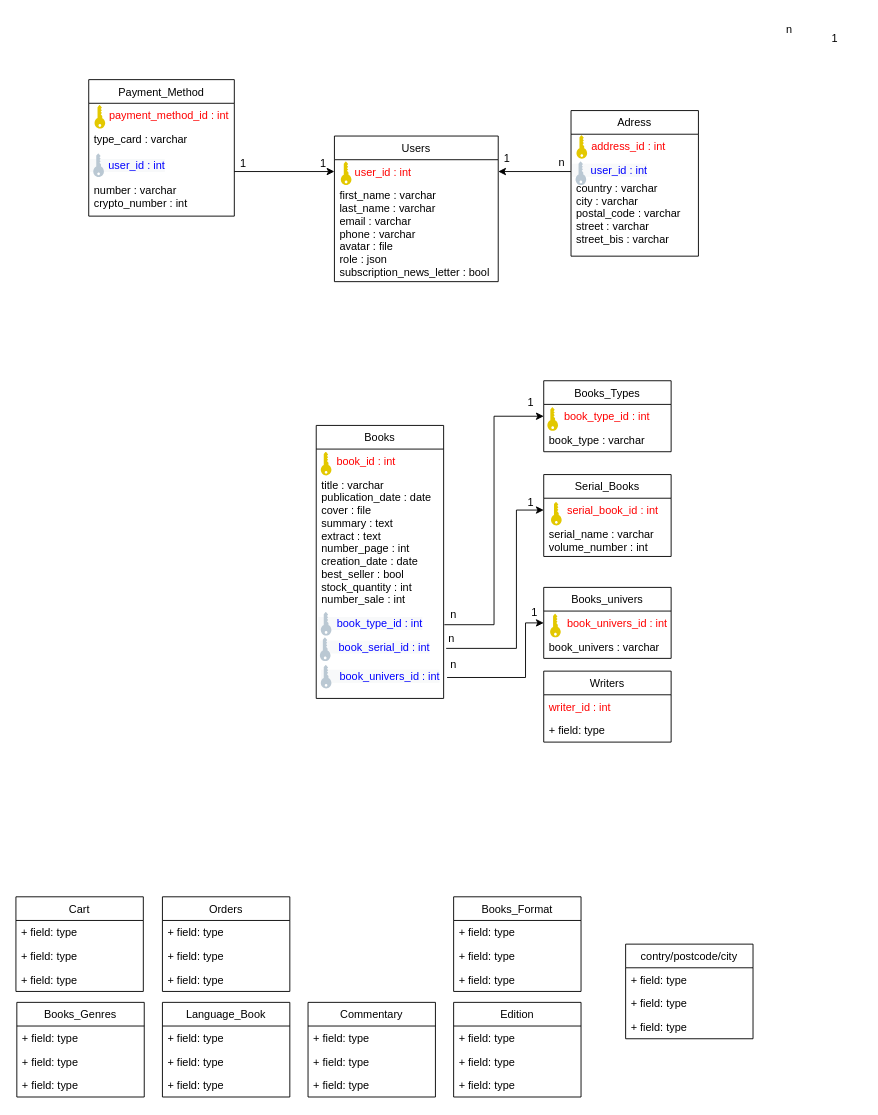
This is mld Diagram.drawio from Aurelie1416/books-key, a draw.io file, before an edit. Source tidied: cells renumbered, new cells numbered last; positions are measured from the earlier drawing's top-left corner, leaving out a move shared by most shapes. Both pictures are drawn from the tidied source at 91%, with x=0, y=0 at pixel (15, 15).
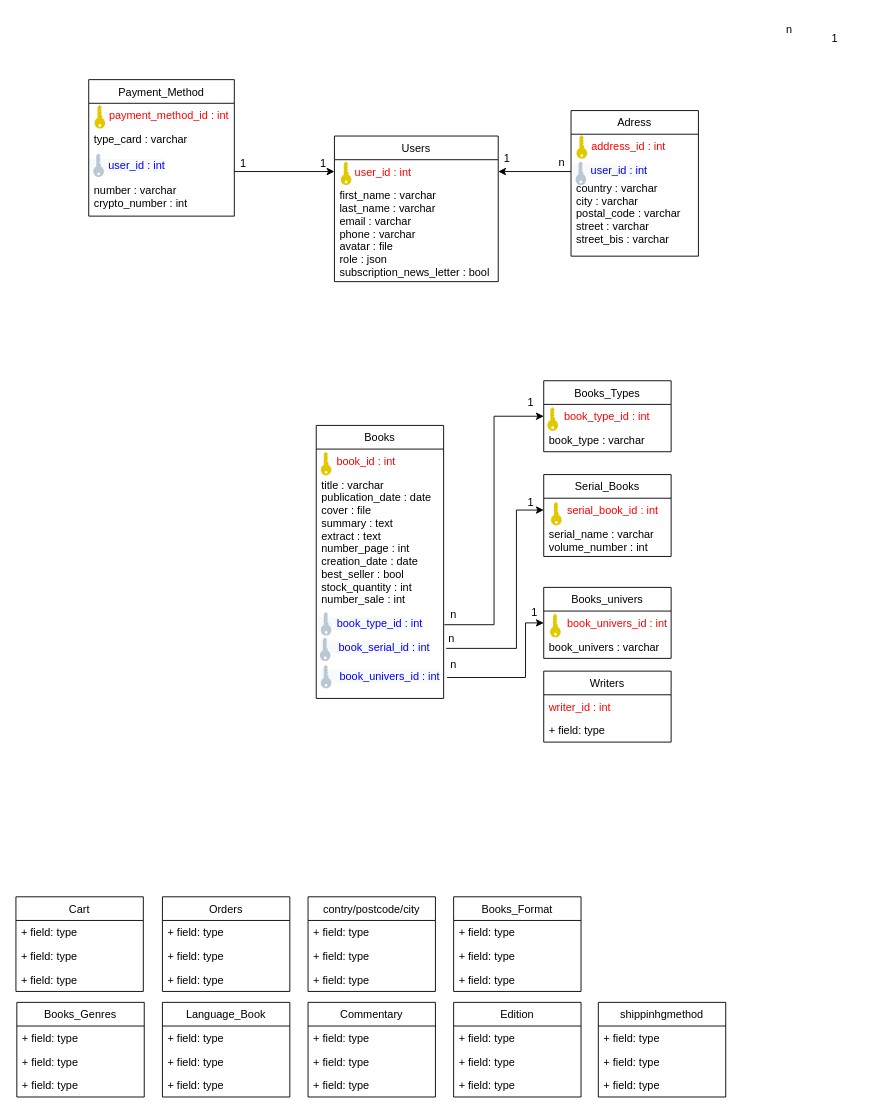
After the change.

Diff of the diagram source:
```diff
@@
     <mxCell id="88" value="contry/postcode/city" style="swimlane;fontStyle=0;horizontal=1;startSize=26;fillColor=none;" parent="1" vertex="1">
-      <mxGeometry x="670" y="1020" width="140" height="104" as="geometry" />
+      <mxGeometry x="321" y="968" width="140" height="104" as="geometry" />
     </mxCell>
@@
+    <mxCell id="92" value="shippinhgmethod" style="swimlane;fontStyle=0;horizontal=1;startSize=26;fillColor=none;" parent="1" vertex="1">
+      <mxGeometry x="640" y="1084" width="140" height="104" as="geometry" />
+    </mxCell>
+    <mxCell id="93" value="+ field: type" style="text;strokeColor=none;fillColor=none;align=left;verticalAlign=top;spacingLeft=4;spacingRight=4;overflow=hidden;" parent="92" vertex="1">
+      <mxGeometry y="26" width="140" height="26" as="geometry" />
+    </mxCell>
+    <mxCell id="94" value="+ field: type" style="text;strokeColor=none;fillColor=none;align=left;verticalAlign=top;spacingLeft=4;spacingRight=4;overflow=hidden;" parent="92" vertex="1">
+      <mxGeometry y="52" width="140" height="26" as="geometry" />
+    </mxCell>
+    <mxCell id="95" value="+ field: type" style="text;strokeColor=none;fillColor=none;align=left;verticalAlign=top;spacingLeft=4;spacingRight=4;overflow=hidden;" parent="92" vertex="1">
+      <mxGeometry y="78" width="140" height="26" as="geometry" />
+    </mxCell>
```
